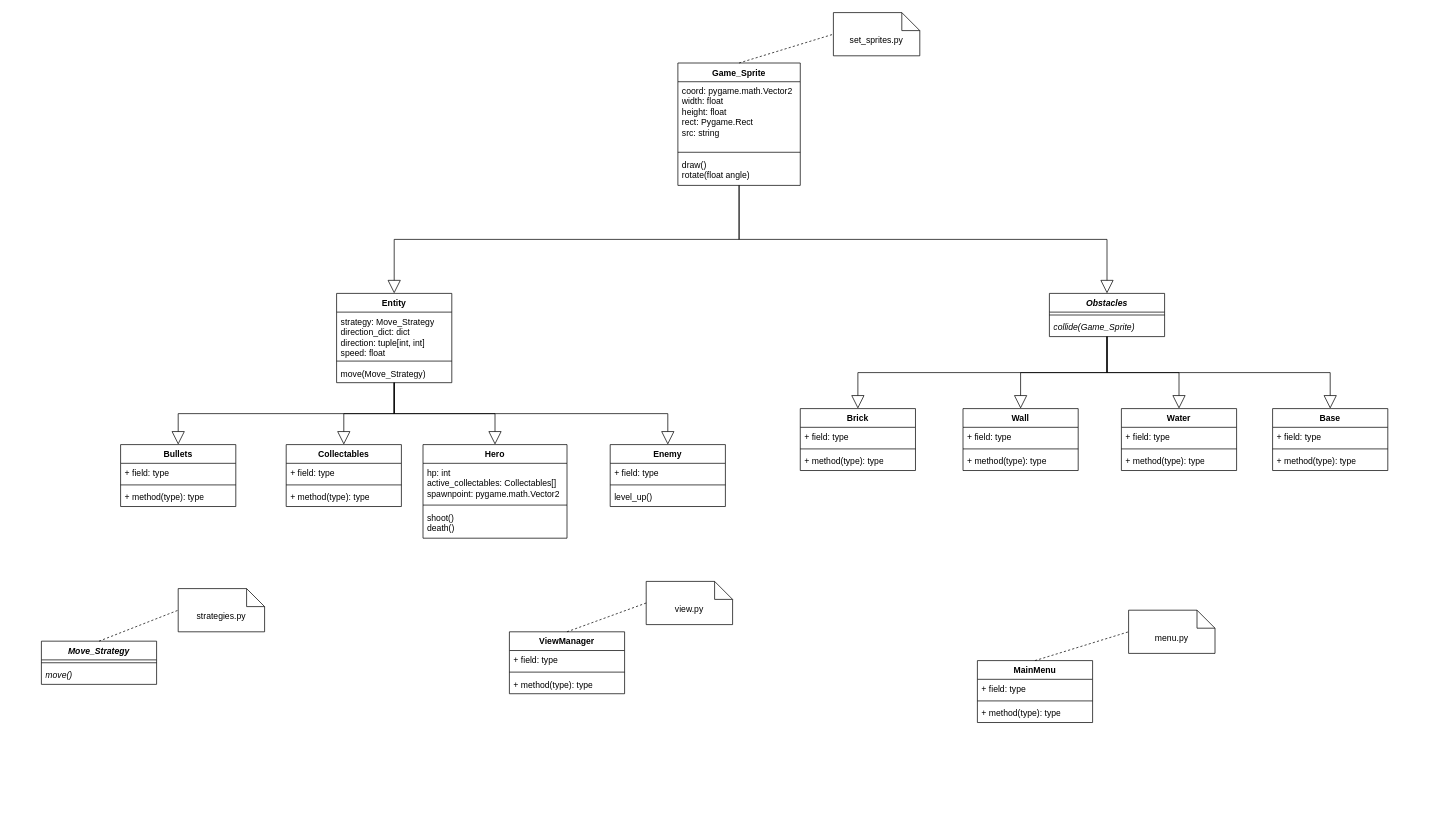
MoNaK-Wales/battle_city keeps this draw.io diagram as UML.drawio. Above is the earlier version. Source tidied: cells renumbered, new cells numbered last; positions are measured from the earlier drawing's top-left corner, leaving out a move shared by most shapes. Both pictures are drawn from the tidied source at 72%, with x=0, y=0 at pixel (41, 12).
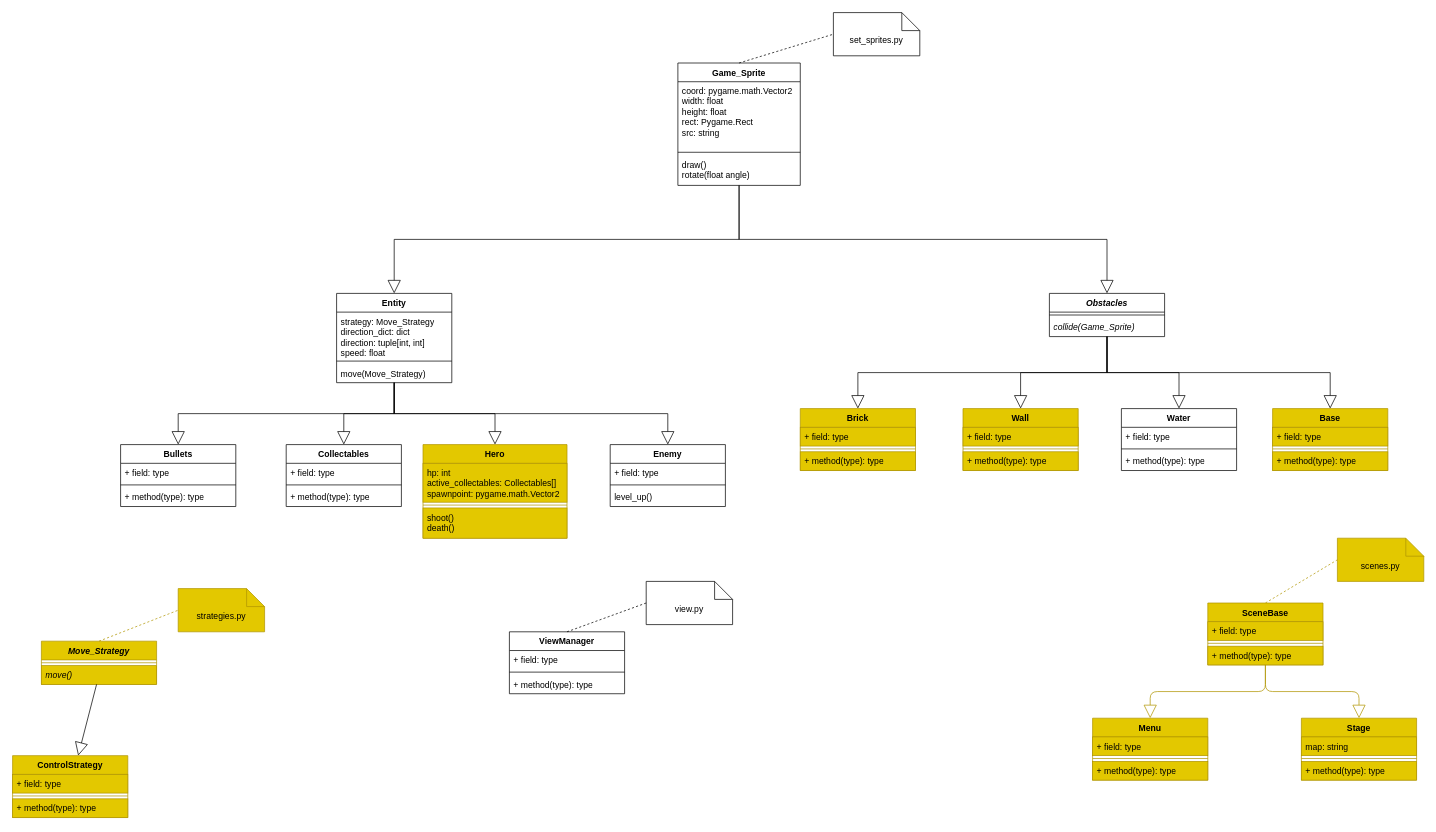
The same diagram, later.

Diff of the diagram source:
```diff
@@
-    <mxCell id="6" value="Hero" style="swimlane;fontStyle=1;align=center;verticalAlign=top;horizontal=1;startSize=26;whiteSpace=wrap;html=1;" parent="1" vertex="1">
+    <mxCell id="6" value="Hero" style="swimlane;fontStyle=1;align=center;verticalAlign=top;horizontal=1;startSize=26;whiteSpace=wrap;html=1;fillColor=#e3c800;fontColor=#000000;strokeColor=#B09500;" parent="1" vertex="1">
       <mxGeometry x="530" y="600" width="200" height="130" as="geometry" />
     </mxCell>
-    <mxCell id="7" value="hp: int&lt;div&gt;active_collectables: Collectables[]&lt;/div&gt;&lt;div&gt;spawnpoint: pygame.math.Vector2&lt;/div&gt;" style="text;strokeColor=none;fillColor=none;align=left;verticalAlign=top;spacingLeft=4;spacingRight=4;overflow=hidden;whiteSpace=wrap;html=1;" parent="6" vertex="1">
+    <mxCell id="7" value="hp: int&lt;div&gt;active_collectables: Collectables[]&lt;/div&gt;&lt;div&gt;spawnpoint: pygame.math.Vector2&lt;/div&gt;" style="text;strokeColor=#B09500;fillColor=#e3c800;align=left;verticalAlign=top;spacingLeft=4;spacingRight=4;overflow=hidden;whiteSpace=wrap;html=1;fontColor=#000000;" parent="6" vertex="1">
       <mxGeometry y="26" width="200" height="54" as="geometry" />
     </mxCell>
-    <mxCell id="8" style="line;strokeWidth=1;fillColor=none;align=left;verticalAlign=middle;spacingTop=-1;spacingLeft=3;spacingRight=3;labelPosition=right;strokeColor=inherit;" parent="6" vertex="1">
+    <mxCell id="8" style="line;strokeWidth=1;fillColor=#e3c800;align=left;verticalAlign=middle;spacingTop=-1;spacingLeft=3;spacingRight=3;labelPosition=right;strokeColor=#B09500;fontColor=#000000;" parent="6" vertex="1">
       <mxGeometry y="80" width="200" height="8" as="geometry" />
     </mxCell>
-    <mxCell id="9" value="shoot()&lt;div&gt;death()&lt;/div&gt;" style="text;strokeColor=none;fillColor=none;align=left;verticalAlign=top;spacingLeft=4;spacingRight=4;overflow=hidden;whiteSpace=wrap;html=1;" parent="6" vertex="1">
+    <mxCell id="9" value="shoot()&lt;div&gt;death()&lt;/div&gt;" style="text;strokeColor=#B09500;fillColor=#e3c800;align=left;verticalAlign=top;spacingLeft=4;spacingRight=4;overflow=hidden;whiteSpace=wrap;html=1;fontColor=#000000;" parent="6" vertex="1">
       <mxGeometry y="88" width="200" height="42" as="geometry" />
     </mxCell>
@@
-    <mxCell id="29" value="Brick" style="swimlane;fontStyle=1;align=center;verticalAlign=top;horizontal=1;startSize=26;whiteSpace=wrap;html=1;" parent="1" vertex="1">
+    <mxCell id="29" value="Brick" style="swimlane;fontStyle=1;align=center;verticalAlign=top;horizontal=1;startSize=26;whiteSpace=wrap;html=1;fillColor=#e3c800;fontColor=#000000;strokeColor=#B09500;" parent="1" vertex="1">
       <mxGeometry x="1054" y="550" width="160" height="86" as="geometry" />
     </mxCell>
-    <mxCell id="30" value="+ field: type" style="text;strokeColor=none;fillColor=none;align=left;verticalAlign=top;spacingLeft=4;spacingRight=4;overflow=hidden;whiteSpace=wrap;html=1;" parent="29" vertex="1">
+    <mxCell id="30" value="+ field: type" style="text;strokeColor=#B09500;fillColor=#e3c800;align=left;verticalAlign=top;spacingLeft=4;spacingRight=4;overflow=hidden;whiteSpace=wrap;html=1;fontColor=#000000;" parent="29" vertex="1">
       <mxGeometry y="26" width="160" height="26" as="geometry" />
     </mxCell>
-    <mxCell id="31" style="line;strokeWidth=1;fillColor=none;align=left;verticalAlign=middle;spacingTop=-1;spacingLeft=3;spacingRight=3;labelPosition=right;strokeColor=inherit;" parent="29" vertex="1">
+    <mxCell id="31" style="line;strokeWidth=1;fillColor=#e3c800;align=left;verticalAlign=middle;spacingTop=-1;spacingLeft=3;spacingRight=3;labelPosition=right;strokeColor=#B09500;fontColor=#000000;" parent="29" vertex="1">
       <mxGeometry y="52" width="160" height="8" as="geometry" />
     </mxCell>
-    <mxCell id="32" value="+ method(type): type" style="text;strokeColor=none;fillColor=none;align=left;verticalAlign=top;spacingLeft=4;spacingRight=4;overflow=hidden;whiteSpace=wrap;html=1;" parent="29" vertex="1">
+    <mxCell id="32" value="+ method(type): type" style="text;strokeColor=#B09500;fillColor=#e3c800;align=left;verticalAlign=top;spacingLeft=4;spacingRight=4;overflow=hidden;whiteSpace=wrap;html=1;fontColor=#000000;" parent="29" vertex="1">
       <mxGeometry y="60" width="160" height="26" as="geometry" />
     </mxCell>
-    <mxCell id="33" value="Wall" style="swimlane;fontStyle=1;align=center;verticalAlign=top;horizontal=1;startSize=26;whiteSpace=wrap;html=1;" parent="1" vertex="1">
+    <mxCell id="33" value="Wall" style="swimlane;fontStyle=1;align=center;verticalAlign=top;horizontal=1;startSize=26;whiteSpace=wrap;html=1;fillColor=#e3c800;fontColor=#000000;strokeColor=#B09500;" parent="1" vertex="1">
       <mxGeometry x="1280" y="550" width="160" height="86" as="geometry" />
     </mxCell>
-    <mxCell id="34" value="+ field: type" style="text;strokeColor=none;fillColor=none;align=left;verticalAlign=top;spacingLeft=4;spacingRight=4;overflow=hidden;whiteSpace=wrap;html=1;" parent="33" vertex="1">
+    <mxCell id="34" value="+ field: type" style="text;strokeColor=#B09500;fillColor=#e3c800;align=left;verticalAlign=top;spacingLeft=4;spacingRight=4;overflow=hidden;whiteSpace=wrap;html=1;fontColor=#000000;" parent="33" vertex="1">
       <mxGeometry y="26" width="160" height="26" as="geometry" />
     </mxCell>
-    <mxCell id="35" style="line;strokeWidth=1;fillColor=none;align=left;verticalAlign=middle;spacingTop=-1;spacingLeft=3;spacingRight=3;labelPosition=right;strokeColor=inherit;" parent="33" vertex="1">
+    <mxCell id="35" style="line;strokeWidth=1;fillColor=#e3c800;align=left;verticalAlign=middle;spacingTop=-1;spacingLeft=3;spacingRight=3;labelPosition=right;strokeColor=#B09500;fontColor=#000000;" parent="33" vertex="1">
       <mxGeometry y="52" width="160" height="8" as="geometry" />
     </mxCell>
-    <mxCell id="36" value="+ method(type): type" style="text;strokeColor=none;fillColor=none;align=left;verticalAlign=top;spacingLeft=4;spacingRight=4;overflow=hidden;whiteSpace=wrap;html=1;" parent="33" vertex="1">
+    <mxCell id="36" value="+ method(type): type" style="text;strokeColor=#B09500;fillColor=#e3c800;align=left;verticalAlign=top;spacingLeft=4;spacingRight=4;overflow=hidden;whiteSpace=wrap;html=1;fontColor=#000000;" parent="33" vertex="1">
       <mxGeometry y="60" width="160" height="26" as="geometry" />
     </mxCell>
@@
-    <mxCell id="41" value="Base" style="swimlane;fontStyle=1;align=center;verticalAlign=top;horizontal=1;startSize=26;whiteSpace=wrap;html=1;" parent="1" vertex="1">
+    <mxCell id="41" value="Base" style="swimlane;fontStyle=1;align=center;verticalAlign=top;horizontal=1;startSize=26;whiteSpace=wrap;html=1;fillColor=#e3c800;fontColor=#000000;strokeColor=#B09500;" parent="1" vertex="1">
       <mxGeometry x="1710" y="550" width="160" height="86" as="geometry" />
     </mxCell>
-    <mxCell id="42" value="+ field: type" style="text;strokeColor=none;fillColor=none;align=left;verticalAlign=top;spacingLeft=4;spacingRight=4;overflow=hidden;whiteSpace=wrap;html=1;" parent="41" vertex="1">
+    <mxCell id="42" value="+ field: type" style="text;strokeColor=#B09500;fillColor=#e3c800;align=left;verticalAlign=top;spacingLeft=4;spacingRight=4;overflow=hidden;whiteSpace=wrap;html=1;fontColor=#000000;" parent="41" vertex="1">
       <mxGeometry y="26" width="160" height="26" as="geometry" />
     </mxCell>
-    <mxCell id="43" style="line;strokeWidth=1;fillColor=none;align=left;verticalAlign=middle;spacingTop=-1;spacingLeft=3;spacingRight=3;labelPosition=right;strokeColor=inherit;" parent="41" vertex="1">
+    <mxCell id="43" style="line;strokeWidth=1;fillColor=#e3c800;align=left;verticalAlign=middle;spacingTop=-1;spacingLeft=3;spacingRight=3;labelPosition=right;strokeColor=#B09500;fontColor=#000000;" parent="41" vertex="1">
       <mxGeometry y="52" width="160" height="8" as="geometry" />
     </mxCell>
-    <mxCell id="44" value="+ method(type): type" style="text;strokeColor=none;fillColor=none;align=left;verticalAlign=top;spacingLeft=4;spacingRight=4;overflow=hidden;whiteSpace=wrap;html=1;" parent="41" vertex="1">
+    <mxCell id="44" value="+ method(type): type" style="text;strokeColor=#B09500;fillColor=#e3c800;align=left;verticalAlign=top;spacingLeft=4;spacingRight=4;overflow=hidden;whiteSpace=wrap;html=1;fontColor=#000000;" parent="41" vertex="1">
       <mxGeometry y="60" width="160" height="26" as="geometry" />
     </mxCell>
@@
-    <mxCell id="60" value="MainMenu" style="swimlane;fontStyle=1;align=center;verticalAlign=top;horizontal=1;startSize=26;whiteSpace=wrap;html=1;" parent="1" vertex="1">
-      <mxGeometry x="1300" y="900" width="160" height="86" as="geometry" />
+    <mxCell id="60" value="Menu" style="swimlane;fontStyle=1;align=center;verticalAlign=top;horizontal=1;startSize=26;whiteSpace=wrap;html=1;fillColor=#e3c800;fontColor=#000000;strokeColor=#B09500;" parent="1" vertex="1">
+      <mxGeometry x="1460" y="980" width="160" height="86" as="geometry" />
     </mxCell>
-    <mxCell id="61" value="+ field: type" style="text;strokeColor=none;fillColor=none;align=left;verticalAlign=top;spacingLeft=4;spacingRight=4;overflow=hidden;whiteSpace=wrap;html=1;" parent="60" vertex="1">
+    <mxCell id="61" value="+ field: type" style="text;strokeColor=#B09500;fillColor=#e3c800;align=left;verticalAlign=top;spacingLeft=4;spacingRight=4;overflow=hidden;whiteSpace=wrap;html=1;fontColor=#000000;" parent="60" vertex="1">
       <mxGeometry y="26" width="160" height="26" as="geometry" />
     </mxCell>
-    <mxCell id="62" style="line;strokeWidth=1;fillColor=none;align=left;verticalAlign=middle;spacingTop=-1;spacingLeft=3;spacingRight=3;labelPosition=right;strokeColor=inherit;" parent="60" vertex="1">
+    <mxCell id="62" style="line;strokeWidth=1;fillColor=#e3c800;align=left;verticalAlign=middle;spacingTop=-1;spacingLeft=3;spacingRight=3;labelPosition=right;strokeColor=#B09500;fontColor=#000000;" parent="60" vertex="1">
       <mxGeometry y="52" width="160" height="8" as="geometry" />
     </mxCell>
-    <mxCell id="63" value="+ method(type): type" style="text;strokeColor=none;fillColor=none;align=left;verticalAlign=top;spacingLeft=4;spacingRight=4;overflow=hidden;whiteSpace=wrap;html=1;" parent="60" vertex="1">
+    <mxCell id="63" value="+ method(type): type" style="text;strokeColor=#B09500;fillColor=#e3c800;align=left;verticalAlign=top;spacingLeft=4;spacingRight=4;overflow=hidden;whiteSpace=wrap;html=1;fontColor=#000000;" parent="60" vertex="1">
       <mxGeometry y="60" width="160" height="26" as="geometry" />
     </mxCell>
-    <mxCell id="64" value="menu.py" style="shape=note2;boundedLbl=1;whiteSpace=wrap;html=1;size=25;verticalAlign=top;align=center;" parent="1" vertex="1">
-      <mxGeometry x="1510" y="830" width="120" height="60" as="geometry" />
+    <mxCell id="64" value="scenes.py" style="shape=note2;boundedLbl=1;whiteSpace=wrap;html=1;size=25;verticalAlign=top;align=center;fillColor=#e3c800;fontColor=#000000;strokeColor=#B09500;" parent="1" vertex="1">
+      <mxGeometry x="1800" y="730" width="120" height="60" as="geometry" />
     </mxCell>
@@
-    <mxCell id="66" value="strategies.py" style="shape=note2;boundedLbl=1;whiteSpace=wrap;html=1;size=25;verticalAlign=top;align=center;" parent="1" vertex="1">
+    <mxCell id="66" value="strategies.py" style="shape=note2;boundedLbl=1;whiteSpace=wrap;html=1;size=25;verticalAlign=top;align=center;fillColor=#e3c800;fontColor=#000000;strokeColor=#B09500;" parent="1" vertex="1">
       <mxGeometry x="190" y="800" width="120" height="60" as="geometry" />
     </mxCell>
-    <mxCell id="67" value="&lt;i&gt;Move_Strategy&lt;/i&gt;" style="swimlane;fontStyle=1;align=center;verticalAlign=top;horizontal=1;startSize=26;whiteSpace=wrap;html=1;" parent="1" vertex="1">
+    <mxCell id="67" value="&lt;i&gt;Move_Strategy&lt;/i&gt;" style="swimlane;fontStyle=1;align=center;verticalAlign=top;horizontal=1;startSize=26;whiteSpace=wrap;html=1;fillColor=#e3c800;fontColor=#000000;strokeColor=#B09500;" parent="1" vertex="1">
       <mxGeometry y="873" width="160" height="60" as="geometry" />
     </mxCell>
-    <mxCell id="68" style="line;strokeWidth=1;fillColor=none;align=left;verticalAlign=middle;spacingTop=-1;spacingLeft=3;spacingRight=3;labelPosition=right;strokeColor=inherit;" parent="67" vertex="1">
+    <mxCell id="68" style="line;strokeWidth=1;fillColor=#e3c800;align=left;verticalAlign=middle;spacingTop=-1;spacingLeft=3;spacingRight=3;labelPosition=right;strokeColor=#B09500;fontColor=#000000;" parent="67" vertex="1">
       <mxGeometry y="26" width="160" height="8" as="geometry" />
     </mxCell>
-    <mxCell id="69" value="&lt;i&gt;move()&lt;/i&gt;" style="text;strokeColor=none;fillColor=none;align=left;verticalAlign=top;spacingLeft=4;spacingRight=4;overflow=hidden;points=[[0,0.5],[1,0.5]];portConstraint=eastwest;whiteSpace=wrap;html=1;" parent="67" vertex="1">
+    <mxCell id="69" value="&lt;i&gt;move()&lt;/i&gt;" style="text;strokeColor=#B09500;fillColor=#e3c800;align=left;verticalAlign=top;spacingLeft=4;spacingRight=4;overflow=hidden;points=[[0,0.5],[1,0.5]];portConstraint=eastwest;whiteSpace=wrap;html=1;fontColor=#000000;" parent="67" vertex="1">
       <mxGeometry y="34" width="160" height="26" as="geometry" />
     </mxCell>
-    <mxCell id="70" style="endArrow=none;dashed=1;html=1;rounded=0;exitX=0.5;exitY=0;exitDx=0;exitDy=0;entryX=0;entryY=0.5;entryDx=0;entryDy=0;entryPerimeter=0;" parent="1" edge="1" source="67" target="66">
+    <mxCell id="70" style="endArrow=none;dashed=1;html=1;rounded=0;exitX=0.5;exitY=0;exitDx=0;exitDy=0;entryX=0;entryY=0.5;entryDx=0;entryDy=0;entryPerimeter=0;fillColor=#e3c800;strokeColor=#B09500;" parent="1" edge="1" source="67" target="66">
       <mxGeometry relative="1" as="geometry" />
     </mxCell>
@@
-    <mxCell id="72" style="endArrow=none;dashed=1;html=1;rounded=0;exitX=0.5;exitY=0;exitDx=0;exitDy=0;entryX=0;entryY=0.5;entryDx=0;entryDy=0;entryPerimeter=0;" parent="1" edge="1" source="60" target="64">
+    <mxCell id="72" style="endArrow=none;dashed=1;html=1;rounded=0;exitX=0.5;exitY=0;exitDx=0;exitDy=0;entryX=0;entryY=0.5;entryDx=0;entryDy=0;entryPerimeter=0;fillColor=#e3c800;strokeColor=#B09500;" parent="1" edge="1" source="74" target="64">
       <mxGeometry relative="1" as="geometry" />
     </mxCell>
@@
+    <mxCell id="74" value="SceneBase" style="swimlane;fontStyle=1;align=center;verticalAlign=top;horizontal=1;startSize=26;fillColor=#e3c800;fontColor=#000000;strokeColor=#B09500;" parent="1" vertex="1">
+      <mxGeometry x="1620" y="820" width="160" height="86" as="geometry" />
+    </mxCell>
+    <mxCell id="75" value="+ field: type" style="text;strokeColor=#B09500;fillColor=#e3c800;align=left;verticalAlign=top;spacingLeft=4;spacingRight=4;overflow=hidden;fontColor=#000000;" parent="74" vertex="1">
+      <mxGeometry y="26" width="160" height="26" as="geometry" />
+    </mxCell>
+    <mxCell id="76" style="line;strokeWidth=1;fillColor=#e3c800;align=left;verticalAlign=middle;spacingTop=-1;spacingLeft=3;spacingRight=3;labelPosition=right;strokeColor=#B09500;fontColor=#000000;" parent="74" vertex="1">
+      <mxGeometry y="52" width="160" height="8" as="geometry" />
+    </mxCell>
+    <mxCell id="77" value="+ method(type): type" style="text;strokeColor=#B09500;fillColor=#e3c800;align=left;verticalAlign=top;spacingLeft=4;spacingRight=4;overflow=hidden;points=[[0,0.5],[1,0.5]];portConstraint=eastwest;fontColor=#000000;" parent="74" vertex="1">
+      <mxGeometry y="60" width="160" height="26" as="geometry" />
+    </mxCell>
+    <mxCell id="78" value="Stage" style="swimlane;fontStyle=1;align=center;verticalAlign=top;horizontal=1;startSize=26;fillColor=#e3c800;fontColor=#000000;strokeColor=#B09500;" parent="1" vertex="1">
+      <mxGeometry x="1750" y="980" width="160" height="86" as="geometry" />
+    </mxCell>
+    <mxCell id="79" value="map: string" style="text;strokeColor=#B09500;fillColor=#e3c800;align=left;verticalAlign=top;spacingLeft=4;spacingRight=4;overflow=hidden;fontColor=#000000;" parent="78" vertex="1">
+      <mxGeometry y="26" width="160" height="26" as="geometry" />
+    </mxCell>
+    <mxCell id="80" style="line;strokeWidth=1;fillColor=#e3c800;align=left;verticalAlign=middle;spacingTop=-1;spacingLeft=3;spacingRight=3;labelPosition=right;strokeColor=#B09500;fontColor=#000000;" parent="78" vertex="1">
+      <mxGeometry y="52" width="160" height="8" as="geometry" />
+    </mxCell>
+    <mxCell id="81" value="+ method(type): type" style="text;strokeColor=#B09500;fillColor=#e3c800;align=left;verticalAlign=top;spacingLeft=4;spacingRight=4;overflow=hidden;fontColor=#000000;" parent="78" vertex="1">
+      <mxGeometry y="60" width="160" height="26" as="geometry" />
+    </mxCell>
+    <mxCell id="82" style="endArrow=block;endSize=16;endFill=0;html=1;edgeStyle=elbowEdgeStyle;elbow=vertical;fillColor=#e3c800;strokeColor=#B09500;" parent="1" edge="1" source="77" target="78">
+      <mxGeometry relative="1" as="geometry" />
+    </mxCell>
+    <mxCell id="83" style="endArrow=block;endSize=16;endFill=0;html=1;edgeStyle=elbowEdgeStyle;elbow=vertical;fillColor=#e3c800;strokeColor=#B09500;" parent="1" edge="1" source="77" target="60">
+      <mxGeometry relative="1" as="geometry" />
+    </mxCell>
+    <mxCell id="84" value="ControlStrategy" style="swimlane;fontStyle=1;align=center;verticalAlign=top;horizontal=1;startSize=26;fillColor=#e3c800;fontColor=#000000;strokeColor=#B09500;" parent="1" vertex="1">
+      <mxGeometry x="-40" y="1032" width="160" height="86" as="geometry" />
+    </mxCell>
+    <mxCell id="85" value="+ field: type" style="text;strokeColor=#B09500;fillColor=#e3c800;align=left;verticalAlign=top;spacingLeft=4;spacingRight=4;overflow=hidden;fontColor=#000000;" parent="84" vertex="1">
+      <mxGeometry y="26" width="160" height="26" as="geometry" />
+    </mxCell>
+    <mxCell id="86" style="line;strokeWidth=1;fillColor=#e3c800;align=left;verticalAlign=middle;spacingTop=-1;spacingLeft=3;spacingRight=3;labelPosition=right;strokeColor=#B09500;fontColor=#000000;" parent="84" vertex="1">
+      <mxGeometry y="52" width="160" height="8" as="geometry" />
+    </mxCell>
+    <mxCell id="87" value="+ method(type): type" style="text;strokeColor=#B09500;fillColor=#e3c800;align=left;verticalAlign=top;spacingLeft=4;spacingRight=4;overflow=hidden;fontColor=#000000;" parent="84" vertex="1">
+      <mxGeometry y="60" width="160" height="26" as="geometry" />
+    </mxCell>
+    <mxCell id="88" style="endArrow=block;endSize=16;endFill=0;html=1;elbow=vertical;" parent="1" edge="1" source="69" target="84">
+      <mxGeometry relative="1" as="geometry" />
+    </mxCell>
```
